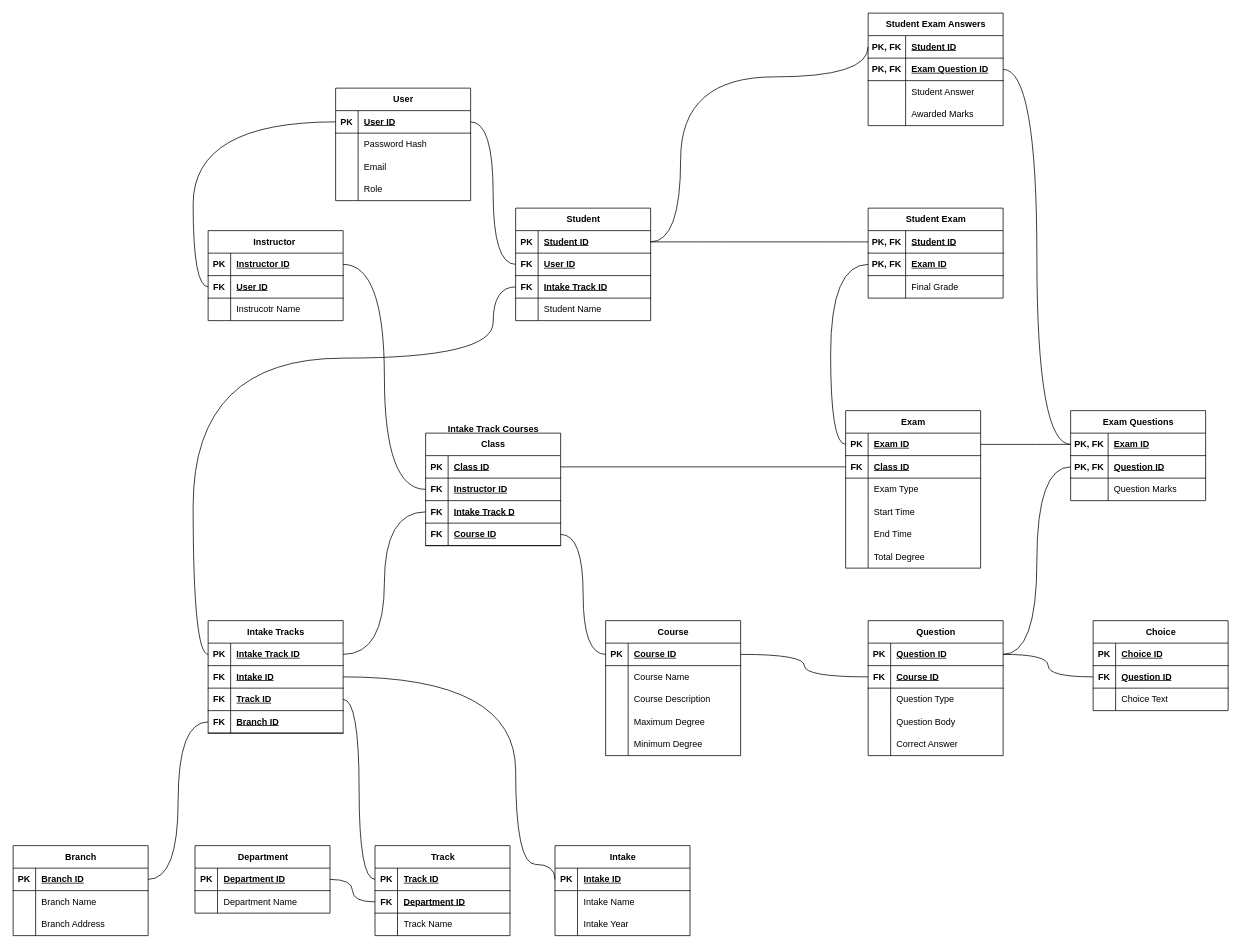
This is Mappings/Mapping.drawio from call911kid/ITI-LMS, a draw.io file, before an edit. Source tidied: cells renumbered, new cells numbered last; positions are measured from the earlier drawing's top-left corner, leaving out a move shared by most shapes. Both pictures are drawn from the tidied source at 75%, with x=0, y=0 at pixel (13, 13).
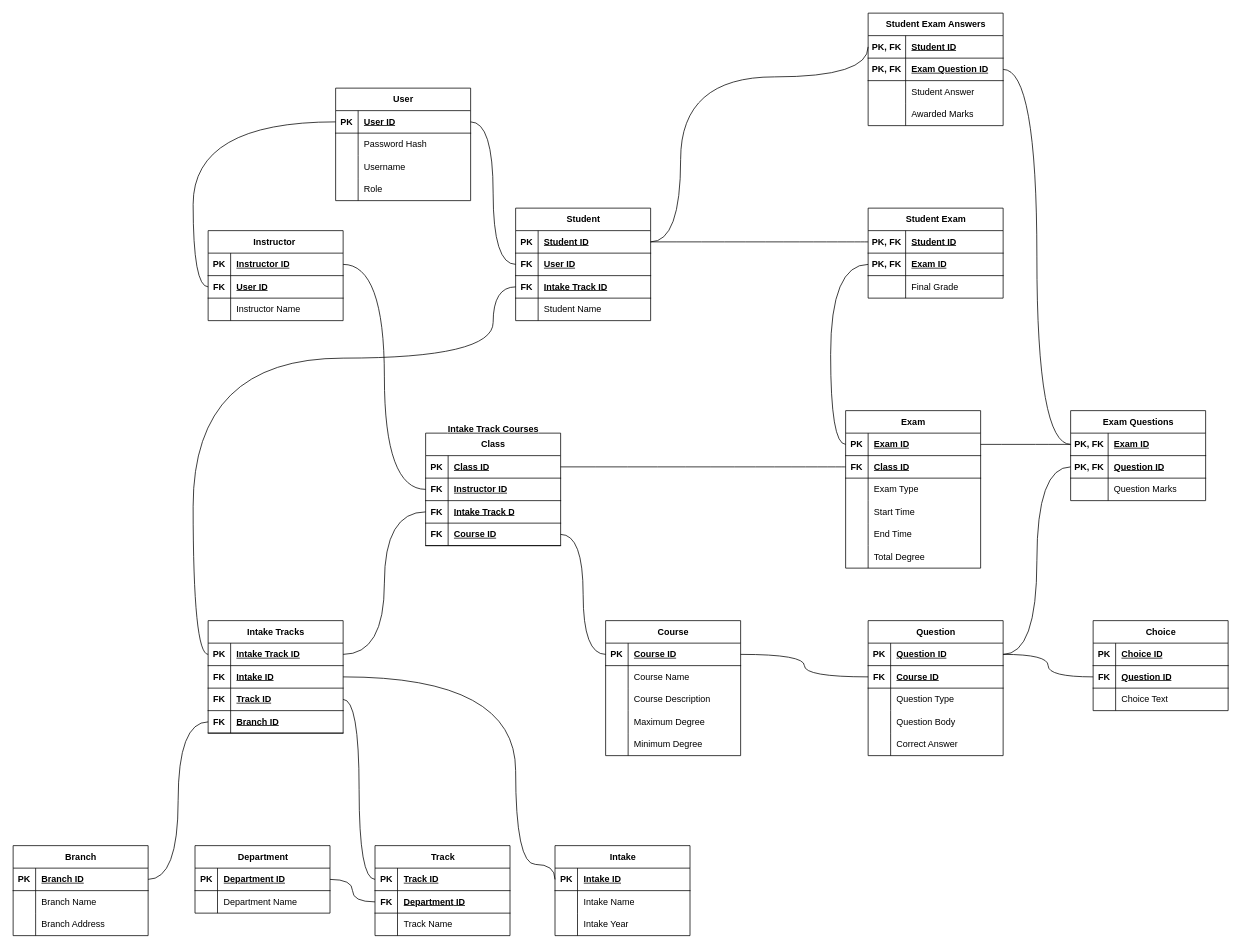
The same diagram, later.

Commit message (it also covers changes not shown here):
delete an exam with instructor authorization check

The change refers to these unchanged cells:
```xml
<mxCell id="93" style="shape=tableRow;horizontal=0;startSize=0;swimlaneHead=0;swimlaneBody=0;fillColor=none;top=0;left=0;right=0;bottom=0;fontFamily=Helvetica;fontSize=12;fontColor=default;labelBackgroundColor=default;" parent="86" vertex="1">
  <mxGeometry y="90" width="180" height="30" as="geometry" />
</mxCell>
<mxCell id="106" style="shape=tableRow;horizontal=0;startSize=0;swimlaneHead=0;swimlaneBody=0;fillColor=none;top=0;left=0;right=0;bottom=0;fontFamily=Helvetica;fontSize=12;fontColor=default;labelBackgroundColor=default;" parent="99" vertex="1">
  <mxGeometry y="90" width="180" height="30" as="geometry" />
</mxCell>
```

The edit, as a diff of the source:
```diff
@@
-    <mxCell id="95" value="Email" style="shape=partialRectangle;fillColor=none;top=0;left=0;bottom=0;right=0;align=left;spacingLeft=6;overflow=hidden;whiteSpace=wrap;html=1;fontFamily=Helvetica;fontSize=12;fontColor=default;labelBackgroundColor=default;" parent="93" vertex="1">
+    <mxCell id="95" value="Username" style="shape=partialRectangle;fillColor=none;top=0;left=0;bottom=0;right=0;align=left;spacingLeft=6;overflow=hidden;whiteSpace=wrap;html=1;fontFamily=Helvetica;fontSize=12;fontColor=default;labelBackgroundColor=default;" parent="93" vertex="1">
       <mxGeometry x="30" width="150" height="30" as="geometry" />
     </mxCell>
@@
-    <mxCell id="108" value="Instrucotr Name" style="shape=partialRectangle;fillColor=none;top=0;left=0;bottom=0;right=0;align=left;spacingLeft=6;overflow=hidden;whiteSpace=wrap;html=1;fontFamily=Helvetica;fontSize=12;fontColor=default;labelBackgroundColor=default;" parent="106" vertex="1">
+    <mxCell id="108" value="Instructor Name" style="shape=partialRectangle;fillColor=none;top=0;left=0;bottom=0;right=0;align=left;spacingLeft=6;overflow=hidden;whiteSpace=wrap;html=1;fontFamily=Helvetica;fontSize=12;fontColor=default;labelBackgroundColor=default;" parent="106" vertex="1">
       <mxGeometry x="30" width="150" height="30" as="geometry" />
     </mxCell>
```
